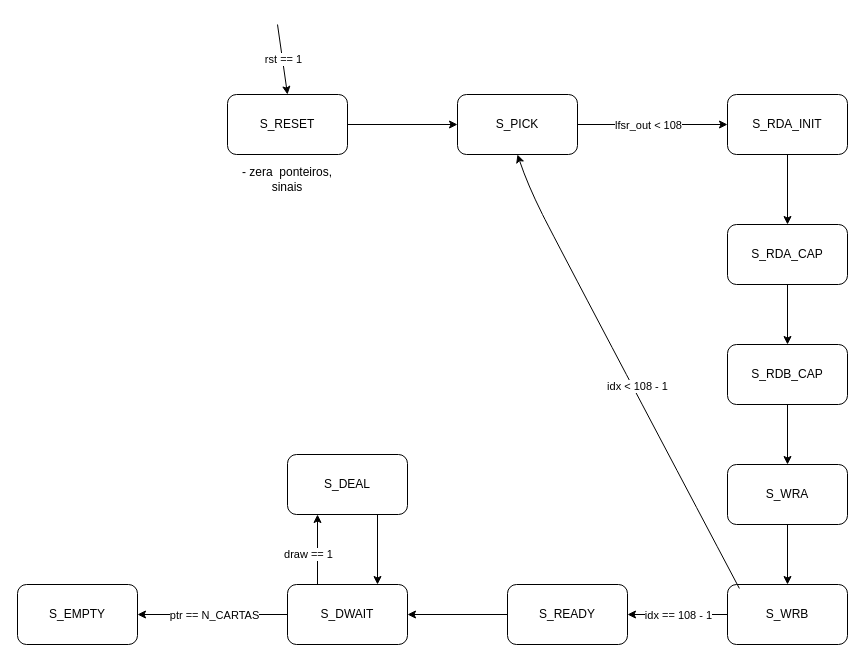
This is Dealer FSM.drawio from AkimAlvarez/Uno, a draw.io file, before an edit. Source tidied: cells renumbered, new cells numbered last; positions are measured from the earlier drawing's top-left corner, leaving out a move shared by most shapes. Both pictures are drawn from the tidied source at 100%, with x=0, y=0 at pixel (17, 24).
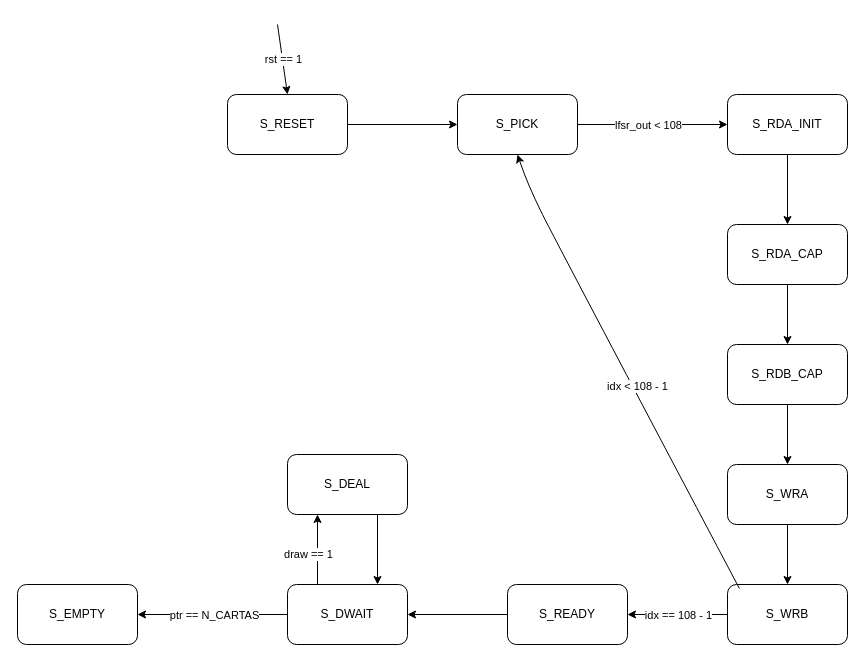
The same page after the edit.

Diff of the diagram source:
```diff
@@
-    <mxCell id="32" value="- zera&amp;nbsp; ponteiros, sinais" style="text;html=1;align=center;verticalAlign=middle;whiteSpace=wrap;rounded=0;" parent="1" vertex="1">
-      <mxGeometry x="210" y="140" width="120" height="30" as="geometry" />
-    </mxCell>
```
